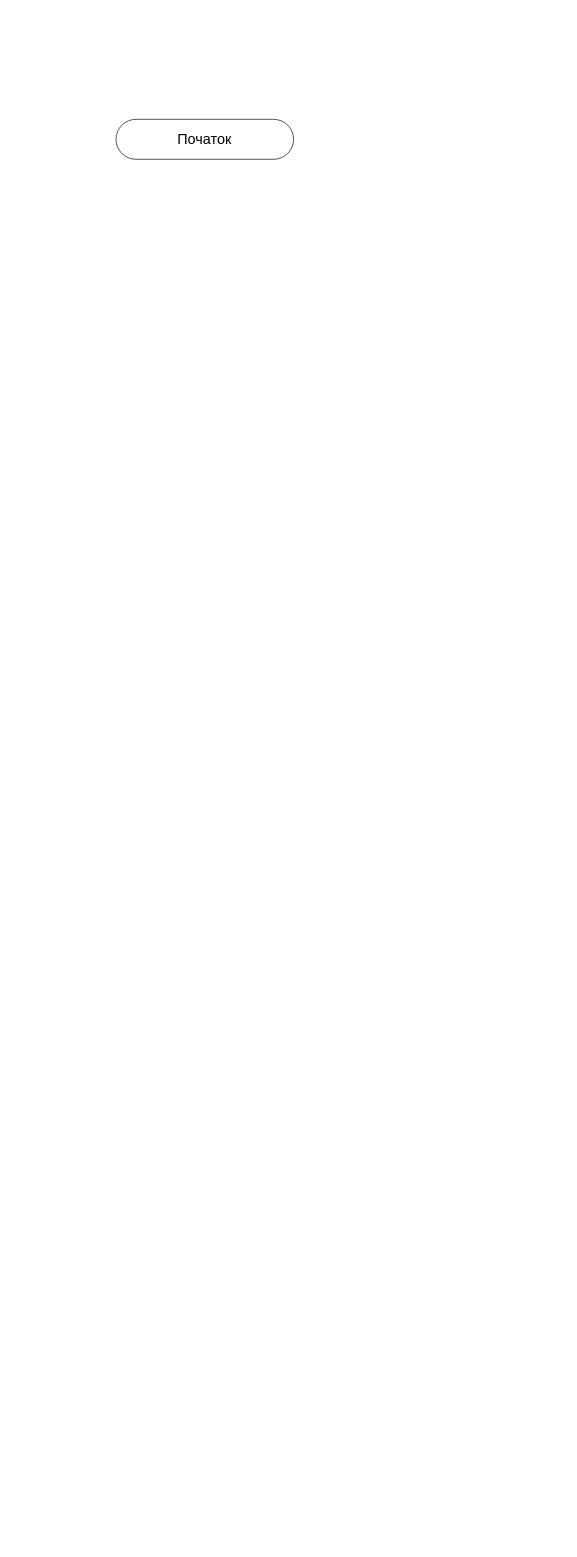
Earlier version of the draw.io diagram scheme.drawio (lpite/laba-7). Source tidied: cells renumbered, new cells numbered last; positions are measured from the earlier drawing's top-left corner, leaving out a move shared by most shapes. Both pictures are drawn from the tidied source at 111%, with x=0, y=0 at pixel (115, 119).
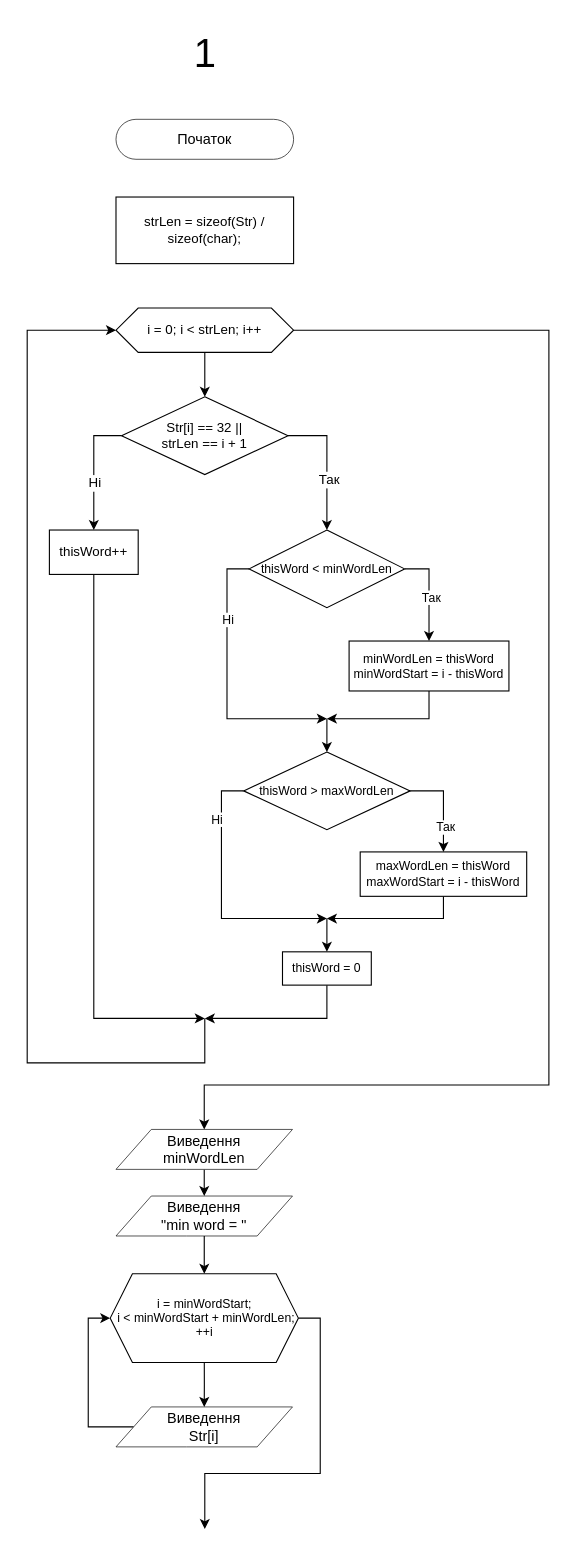
After the change.

What changed in the source:
```diff
@@
+    <mxCell id="3" value="&lt;font style=&quot;font-size: 36px;&quot;&gt;1&lt;/font&gt;" style="text;html=1;align=center;verticalAlign=middle;strokeColor=none;fillColor=none;" parent="1" vertex="1">
+      <mxGeometry x="60" y="-90" width="40" height="60" as="geometry" />
+    </mxCell>
+    <mxCell id="4" value="strLen = sizeof(Str) / sizeof(char);" style="rounded=0;whiteSpace=wrap;html=1;fontSize=12;" parent="1" vertex="1">
+      <mxGeometry y="70" width="160" height="60" as="geometry" />
+    </mxCell>
+    <mxCell id="5" style="edgeStyle=orthogonalEdgeStyle;rounded=0;jettySize=auto;html=1;exitX=0.5;exitY=1;exitDx=0;exitDy=0;fontSize=12;entryX=0.5;entryY=0;entryDx=0;entryDy=0;" parent="1" edge="1" source="7" target="12">
+      <mxGeometry relative="1" as="geometry" />
+    </mxCell>
+    <mxCell id="6" style="edgeStyle=orthogonalEdgeStyle;rounded=0;jettySize=auto;html=1;exitX=1;exitY=0.5;exitDx=0;exitDy=0;fontSize=11;entryX=0.5;entryY=0;entryDx=0;entryDy=0;" parent="1" edge="1" source="7" target="35">
+      <mxGeometry relative="1" as="geometry">
+        <Array as="points">
+          <mxPoint x="390" y="190" />
+          <mxPoint x="390" y="870" />
+          <mxPoint x="79" y="870" />
+        </Array>
+      </mxGeometry>
+    </mxCell>
+    <mxCell id="7" value="i = 0; i &amp;lt; strLen; i++" style="shape=hexagon;perimeter=hexagonPerimeter2;whiteSpace=wrap;html=1;fixedSize=1;fontSize=12;" parent="1" vertex="1">
+      <mxGeometry y="170" width="160" height="40" as="geometry" />
+    </mxCell>
+    <mxCell id="8" style="edgeStyle=orthogonalEdgeStyle;rounded=0;jettySize=auto;html=1;exitX=1;exitY=0.5;exitDx=0;exitDy=0;fontSize=12;entryX=0.5;entryY=0;entryDx=0;entryDy=0;" parent="1" edge="1" source="12" target="19">
+      <mxGeometry relative="1" as="geometry">
+        <Array as="points">
+          <mxPoint x="190" y="285" />
+          <mxPoint x="190" y="360" />
+        </Array>
+      </mxGeometry>
+    </mxCell>
+    <mxCell id="9" value="Так" style="edgeLabel;html=1;align=center;verticalAlign=middle;fontSize=12;" parent="8" vertex="1">
+      <mxGeometry x="0.23" y="1" relative="1" as="geometry" />
+    </mxCell>
+    <mxCell id="10" style="edgeStyle=orthogonalEdgeStyle;rounded=0;jettySize=auto;html=1;exitX=0;exitY=0.5;exitDx=0;exitDy=0;fontSize=12;entryX=0.5;entryY=0;entryDx=0;entryDy=0;" parent="1" edge="1" source="12" target="14">
+      <mxGeometry relative="1" as="geometry" />
+    </mxCell>
+    <mxCell id="11" value="Ні" style="edgeLabel;html=1;align=center;verticalAlign=middle;fontSize=12;" parent="10" vertex="1">
+      <mxGeometry x="0.47" relative="1" as="geometry">
+        <mxPoint y="-14" as="offset" />
+      </mxGeometry>
+    </mxCell>
+    <mxCell id="12" value="Str[i] == 32 || &lt;br&gt;strLen == i + 1" style="rhombus;whiteSpace=wrap;html=1;fontSize=12;" parent="1" vertex="1">
+      <mxGeometry x="5" y="250" width="150" height="70" as="geometry" />
+    </mxCell>
+    <mxCell id="13" style="edgeStyle=orthogonalEdgeStyle;rounded=0;jettySize=auto;html=1;exitX=0.5;exitY=1;exitDx=0;exitDy=0;fontSize=11;" parent="1" edge="1" source="14">
+      <mxGeometry relative="1" as="geometry">
+        <mxPoint x="80" y="810" as="targetPoint" />
+        <Array as="points">
+          <mxPoint x="-20" y="810" />
+        </Array>
+      </mxGeometry>
+    </mxCell>
+    <mxCell id="14" value="thisWord++" style="rounded=0;whiteSpace=wrap;html=1;fontSize=12;" parent="1" vertex="1">
+      <mxGeometry x="-60" y="370" width="80" height="40" as="geometry" />
+    </mxCell>
+    <mxCell id="15" style="edgeStyle=orthogonalEdgeStyle;rounded=0;jettySize=auto;html=1;exitX=0;exitY=0.5;exitDx=0;exitDy=0;fontSize=11;" parent="1" edge="1" source="19">
+      <mxGeometry relative="1" as="geometry">
+        <mxPoint x="190" y="540" as="targetPoint" />
+        <Array as="points">
+          <mxPoint x="100" y="405" />
+          <mxPoint x="100" y="540" />
+        </Array>
+      </mxGeometry>
+    </mxCell>
+    <mxCell id="16" value="Ні" style="edgeLabel;html=1;align=center;verticalAlign=middle;fontSize=11;" parent="15" vertex="1">
+      <mxGeometry x="0.52" y="1" relative="1" as="geometry">
+        <mxPoint x="-31" y="-89" as="offset" />
+      </mxGeometry>
+    </mxCell>
+    <mxCell id="17" style="edgeStyle=orthogonalEdgeStyle;rounded=0;jettySize=auto;html=1;exitX=1;exitY=0.5;exitDx=0;exitDy=0;fontSize=11;entryX=0.5;entryY=0;entryDx=0;entryDy=0;" parent="1" edge="1" source="19" target="21">
+      <mxGeometry relative="1" as="geometry" />
+    </mxCell>
+    <mxCell id="18" value="Так" style="edgeLabel;html=1;align=center;verticalAlign=middle;fontSize=11;" parent="17" vertex="1">
+      <mxGeometry x="0.09" y="1" relative="1" as="geometry" />
+    </mxCell>
+    <mxCell id="19" value="&lt;font style=&quot;font-size: 11px;&quot;&gt;thisWord &amp;lt; minWordLen&lt;/font&gt;" style="rhombus;whiteSpace=wrap;html=1;fontSize=12;" parent="1" vertex="1">
+      <mxGeometry x="120" y="370" width="140" height="70" as="geometry" />
+    </mxCell>
+    <mxCell id="20" style="edgeStyle=orthogonalEdgeStyle;rounded=0;jettySize=auto;html=1;exitX=0.5;exitY=1;exitDx=0;exitDy=0;fontSize=11;" parent="1" edge="1" source="21">
+      <mxGeometry relative="1" as="geometry">
+        <mxPoint x="190" y="540" as="targetPoint" />
+        <Array as="points">
+          <mxPoint x="282" y="540" />
+        </Array>
+      </mxGeometry>
+    </mxCell>
+    <mxCell id="21" value="&lt;div&gt;minWordLen = thisWord&lt;/div&gt;&lt;div&gt;&lt;span style=&quot;background-color: initial;&quot;&gt;minWordStart = i - thisWord&lt;/span&gt;&lt;/div&gt;" style="rounded=0;whiteSpace=wrap;html=1;fontSize=11;" parent="1" vertex="1">
+      <mxGeometry x="210" y="470" width="144" height="45" as="geometry" />
+    </mxCell>
+    <mxCell id="22" style="edgeStyle=orthogonalEdgeStyle;rounded=0;jettySize=auto;html=1;exitX=1;exitY=0.5;exitDx=0;exitDy=0;fontSize=11;entryX=0.5;entryY=0;entryDx=0;entryDy=0;" parent="1" edge="1" source="26" target="29">
+      <mxGeometry relative="1" as="geometry" />
+    </mxCell>
+    <mxCell id="23" value="Так" style="edgeLabel;html=1;align=center;verticalAlign=middle;fontSize=11;" parent="22" vertex="1">
+      <mxGeometry x="0.46" y="1" relative="1" as="geometry" />
+    </mxCell>
+    <mxCell id="24" style="edgeStyle=orthogonalEdgeStyle;rounded=0;jettySize=auto;html=1;exitX=0;exitY=0.5;exitDx=0;exitDy=0;fontSize=11;" parent="1" edge="1" source="26">
+      <mxGeometry relative="1" as="geometry">
+        <mxPoint x="190" y="720" as="targetPoint" />
+        <Array as="points">
+          <mxPoint x="95" y="605" />
+          <mxPoint x="95" y="720" />
+        </Array>
+      </mxGeometry>
+    </mxCell>
+    <mxCell id="25" value="Ні" style="edgeLabel;html=1;align=center;verticalAlign=middle;fontSize=11;" parent="24" vertex="1">
+      <mxGeometry x="0.51" y="2" relative="1" as="geometry">
+        <mxPoint x="-44" y="-88" as="offset" />
+      </mxGeometry>
+    </mxCell>
+    <mxCell id="26" value="thisWord &amp;gt; maxWordLen" style="rhombus;whiteSpace=wrap;html=1;fontSize=11;" parent="1" vertex="1">
+      <mxGeometry x="115" y="570" width="150" height="70" as="geometry" />
+    </mxCell>
+    <mxCell id="27" style="endArrow=classic;html=1;rounded=0;fontSize=11;entryX=0.5;entryY=0;entryDx=0;entryDy=0;" parent="1" edge="1" target="26">
+      <mxGeometry relative="1" as="geometry">
+        <mxPoint x="190" y="540" as="sourcePoint" />
+      </mxGeometry>
+    </mxCell>
+    <mxCell id="28" style="edgeStyle=orthogonalEdgeStyle;rounded=0;jettySize=auto;html=1;exitX=0.5;exitY=1;exitDx=0;exitDy=0;fontSize=11;" parent="1" edge="1" source="29">
+      <mxGeometry relative="1" as="geometry">
+        <mxPoint x="190" y="720" as="targetPoint" />
+        <Array as="points">
+          <mxPoint x="295" y="720" />
+        </Array>
+      </mxGeometry>
+    </mxCell>
+    <mxCell id="29" value="&lt;div&gt;maxWordLen = thisWord&lt;/div&gt;&lt;div&gt;&lt;span style=&quot;background-color: initial;&quot;&gt;maxWordStart = i - thisWord&lt;/span&gt;&lt;/div&gt;" style="rounded=0;whiteSpace=wrap;html=1;fontSize=11;" parent="1" vertex="1">
+      <mxGeometry x="220" y="660" width="150" height="40" as="geometry" />
+    </mxCell>
+    <mxCell id="30" style="edgeStyle=orthogonalEdgeStyle;rounded=0;jettySize=auto;html=1;exitX=0.5;exitY=1;exitDx=0;exitDy=0;fontSize=11;" parent="1" edge="1" source="31">
+      <mxGeometry relative="1" as="geometry">
+        <mxPoint x="80" y="810" as="targetPoint" />
+        <Array as="points">
+          <mxPoint x="190" y="810" />
+        </Array>
+      </mxGeometry>
+    </mxCell>
+    <mxCell id="31" value="thisWord = 0" style="rounded=0;whiteSpace=wrap;html=1;fontSize=11;" parent="1" vertex="1">
+      <mxGeometry x="150" y="750" width="80" height="30" as="geometry" />
+    </mxCell>
+    <mxCell id="32" style="endArrow=classic;html=1;rounded=0;fontSize=11;entryX=0.5;entryY=0;entryDx=0;entryDy=0;" parent="1" edge="1" target="31">
+      <mxGeometry relative="1" as="geometry">
+        <mxPoint x="190" y="720" as="sourcePoint" />
+      </mxGeometry>
+    </mxCell>
+    <mxCell id="33" style="endArrow=classic;html=1;rounded=0;fontSize=11;entryX=0;entryY=0.5;entryDx=0;entryDy=0;" parent="1" edge="1" target="7">
+      <mxGeometry relative="1" as="geometry">
+        <mxPoint x="80" y="810" as="sourcePoint" />
+        <Array as="points">
+          <mxPoint x="80" y="850" />
+          <mxPoint x="-80" y="850" />
+          <mxPoint x="-80" y="190" />
+        </Array>
+      </mxGeometry>
+    </mxCell>
+    <mxCell id="34" style="edgeStyle=orthogonalEdgeStyle;rounded=0;jettySize=auto;html=1;exitX=0.5;exitY=1;exitDx=0;exitDy=0;entryX=0.5;entryY=0;entryDx=0;entryDy=0;fontSize=11;" parent="1" edge="1" source="35" target="37">
+      <mxGeometry relative="1" as="geometry" />
+    </mxCell>
+    <mxCell id="35" value="&lt;div&gt;Виведення&lt;/div&gt;&lt;div&gt;minWordLen&lt;/div&gt;" style="html=1;whiteSpace=wrap;shape=parallelogram;perimeter=parallelogramPerimeter;anchorPointDirection=0;fontSize=13;spacing=5;strokeOpacity=100;rounded=1;absoluteArcSize=1;arcSize=0;strokeWidth=0.6;" parent="1" vertex="1">
+      <mxGeometry y="910" width="159" height="36" as="geometry" />
+    </mxCell>
+    <mxCell id="36" style="edgeStyle=orthogonalEdgeStyle;rounded=0;jettySize=auto;html=1;exitX=0.5;exitY=1;exitDx=0;exitDy=0;entryX=0.5;entryY=0;entryDx=0;entryDy=0;fontSize=11;" parent="1" edge="1" source="37" target="40">
+      <mxGeometry relative="1" as="geometry" />
+    </mxCell>
+    <mxCell id="37" value="&lt;div&gt;Виведення&lt;/div&gt;&lt;div&gt;&quot;min word =&amp;nbsp;&quot;&lt;/div&gt;" style="html=1;whiteSpace=wrap;shape=parallelogram;perimeter=parallelogramPerimeter;anchorPointDirection=0;fontSize=13;spacing=5;strokeOpacity=100;rounded=1;absoluteArcSize=1;arcSize=0;strokeWidth=0.6;" parent="1" vertex="1">
+      <mxGeometry y="970" width="159" height="36" as="geometry" />
+    </mxCell>
+    <mxCell id="38" style="edgeStyle=orthogonalEdgeStyle;rounded=0;jettySize=auto;html=1;exitX=0.5;exitY=1;exitDx=0;exitDy=0;fontSize=11;entryX=0.5;entryY=0;entryDx=0;entryDy=0;" parent="1" edge="1" source="40" target="42">
+      <mxGeometry relative="1" as="geometry" />
+    </mxCell>
+    <mxCell id="39" style="edgeStyle=orthogonalEdgeStyle;rounded=0;jettySize=auto;html=1;exitX=1;exitY=0.5;exitDx=0;exitDy=0;fontSize=11;" parent="1" edge="1" source="40">
+      <mxGeometry relative="1" as="geometry">
+        <mxPoint x="80" y="1270" as="targetPoint" />
+        <Array as="points">
+          <mxPoint x="184" y="1080" />
+          <mxPoint x="184" y="1220" />
+          <mxPoint x="80" y="1220" />
+        </Array>
+      </mxGeometry>
+    </mxCell>
+    <mxCell id="40" value="i = minWordStart;&lt;br&gt;&amp;nbsp;i &amp;lt; minWordStart + minWordLen; ++i" style="shape=hexagon;perimeter=hexagonPerimeter2;whiteSpace=wrap;html=1;fixedSize=1;fontSize=11;" parent="1" vertex="1">
+      <mxGeometry x="-5.2" y="1040" width="169.5" height="80" as="geometry" />
+    </mxCell>
+    <mxCell id="41" style="edgeStyle=orthogonalEdgeStyle;rounded=0;jettySize=auto;html=1;exitX=0;exitY=0.5;exitDx=0;exitDy=0;entryX=0;entryY=0.5;entryDx=0;entryDy=0;fontSize=11;" parent="1" edge="1" source="42" target="40">
+      <mxGeometry relative="1" as="geometry">
+        <Array as="points">
+          <mxPoint x="-25" y="1178" />
+          <mxPoint x="-25" y="1080" />
+        </Array>
+      </mxGeometry>
+    </mxCell>
+    <mxCell id="42" value="&lt;div&gt;Виведення&lt;/div&gt;&lt;div&gt;Str[i]&lt;/div&gt;" style="html=1;whiteSpace=wrap;shape=parallelogram;perimeter=parallelogramPerimeter;anchorPointDirection=0;fontSize=13;spacing=5;strokeOpacity=100;rounded=1;absoluteArcSize=1;arcSize=0;strokeWidth=0.6;" parent="1" vertex="1">
+      <mxGeometry y="1160" width="159" height="36" as="geometry" />
+    </mxCell>
```
